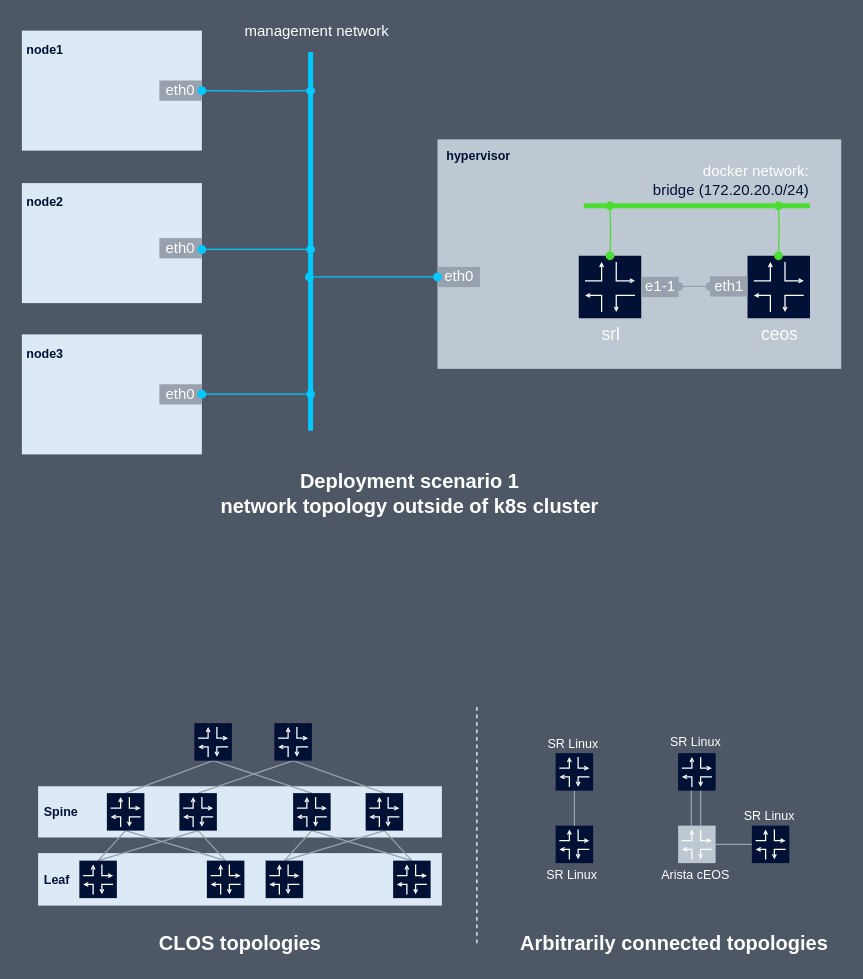
Before: page "[0] lab topo" (1 of 2) of nsp-containerlab.drawio in srl-labs/containerlab, a draw.io diagram. Source tidied: cells renumbered, new cells numbered last; positions are measured from the earlier drawing's top-left corner, leaving out a move shared by most shapes. Both pictures are drawn from the tidied source at 125%, with x=0, y=0 at pixel (21, 21).
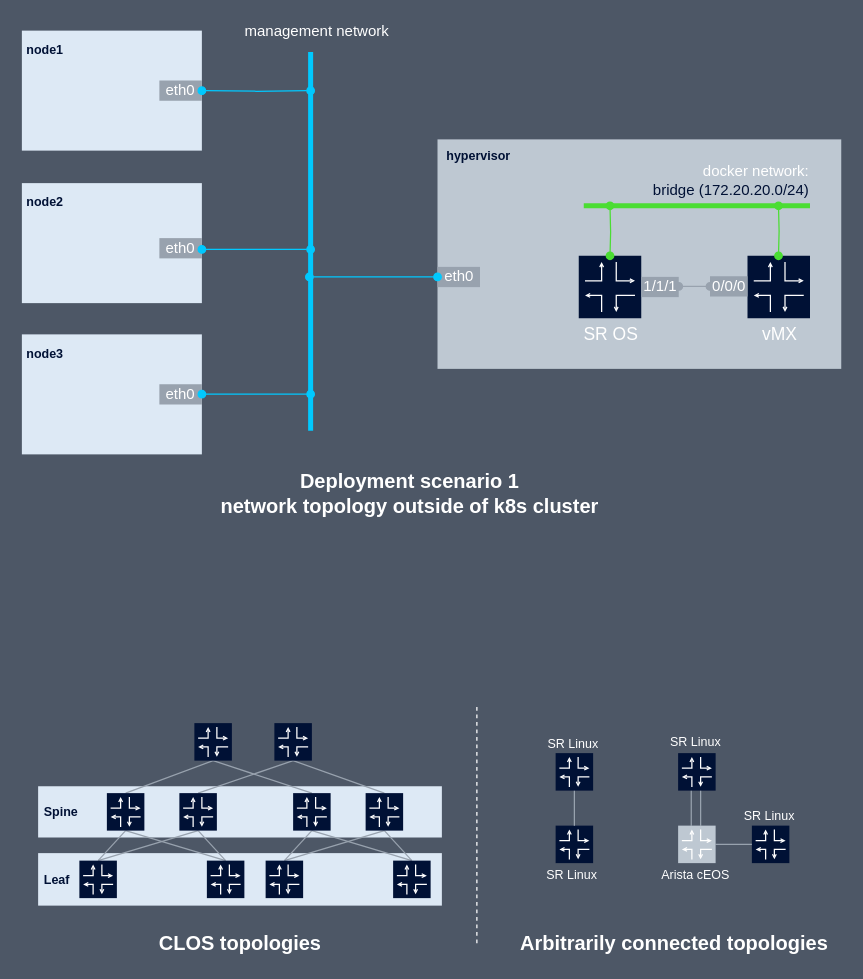
Above is the later version.

The edit, as a diff of the source:
```diff
@@
-    <mxCell id="133" value="&lt;font&gt;srl&lt;/font&gt;" style="text;html=1;align=center;verticalAlign=middle;fontSize=14;fontFamily=Manrope;fontStyle=0;fontColor=#FFFFFF;" parent="1" vertex="1">
-      <mxGeometry x="455.5" y="237.1" width="30" height="25" as="geometry" />
+    <mxCell id="133" value="&lt;font&gt;SR OS&lt;/font&gt;" style="text;html=1;align=center;verticalAlign=middle;fontSize=14;fontFamily=Manrope;fontStyle=0;fontColor=#FFFFFF;" parent="1" vertex="1">
+      <mxGeometry x="446.5" y="239.1" width="49" height="21" as="geometry" />
     </mxCell>
@@
-    <mxCell id="143" value="&lt;font&gt;ceos&lt;/font&gt;" style="text;html=1;align=center;verticalAlign=middle;fontSize=14;fontFamily=Manrope;fontStyle=0;fontColor=#FFFFFF;" parent="1" vertex="1">
-      <mxGeometry x="583" y="237.1" width="45" height="25" as="geometry" />
+    <mxCell id="143" value="&lt;font&gt;vMX&lt;/font&gt;" style="text;html=1;align=center;verticalAlign=middle;fontSize=14;fontFamily=Manrope;fontStyle=0;fontColor=#FFFFFF;" parent="1" vertex="1">
+      <mxGeometry x="587" y="239.1" width="37" height="21" as="geometry" />
     </mxCell>
@@
-    <mxCell id="146" value="e1-1" style="rounded=0;whiteSpace=wrap;html=1;fontFamily=Manrope;fontSize=12;fontColor=#FFFFFF;align=center;strokeColor=none;rotation=0;horizontal=1;fillColor=#98A2AE;" parent="1" vertex="1">
+    <mxCell id="146" value="1/1/1" style="rounded=0;whiteSpace=wrap;html=1;fontFamily=Manrope;fontSize=12;fontColor=#FFFFFF;align=center;strokeColor=none;rotation=0;horizontal=1;fillColor=#98A2AE;" parent="1" vertex="1">
       <mxGeometry x="495.5" y="204" width="30" height="16.2" as="geometry" />
     </mxCell>
-    <mxCell id="147" value="eth1" style="rounded=0;whiteSpace=wrap;html=1;fontFamily=Manrope;fontSize=12;fontColor=#FFFFFF;align=center;strokeColor=none;rotation=0;horizontal=1;fillColor=#98A2AE;" parent="1" vertex="1">
+    <mxCell id="147" value="0/0/0" style="rounded=0;whiteSpace=wrap;html=1;fontFamily=Manrope;fontSize=12;fontColor=#FFFFFF;align=center;strokeColor=none;rotation=0;horizontal=1;fillColor=#98A2AE;" parent="1" vertex="1">
       <mxGeometry x="550.5" y="203.5" width="30" height="16.2" as="geometry" />
     </mxCell>
```
